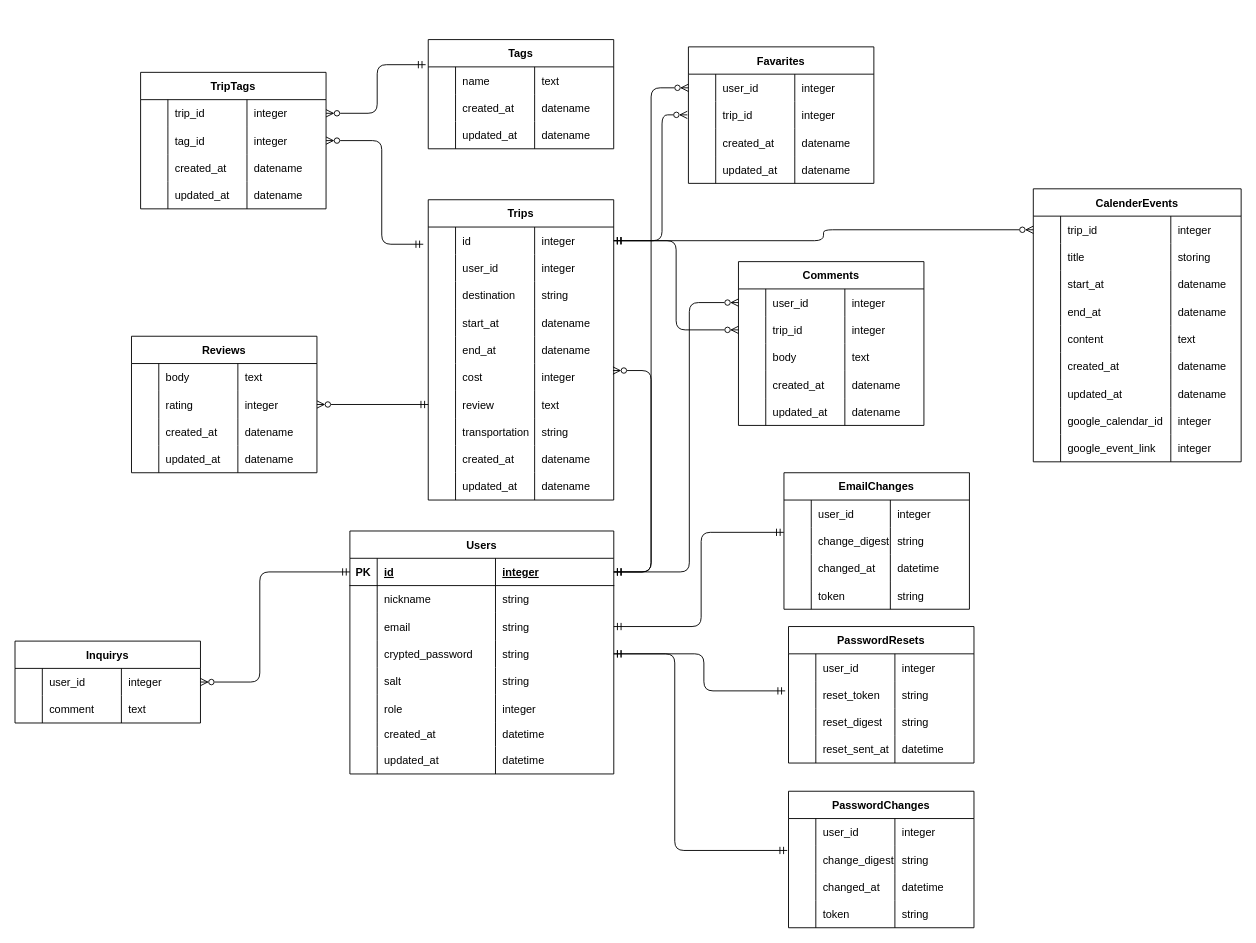
Before: ER.dio in seki221/readme, a draw.io diagram. Source tidied: cells renumbered, new cells numbered last; positions are measured from the earlier drawing's top-left corner, leaving out a move shared by most shapes. Both pictures are drawn from the tidied source at 91%, with x=0, y=0 at pixel (15, 39).
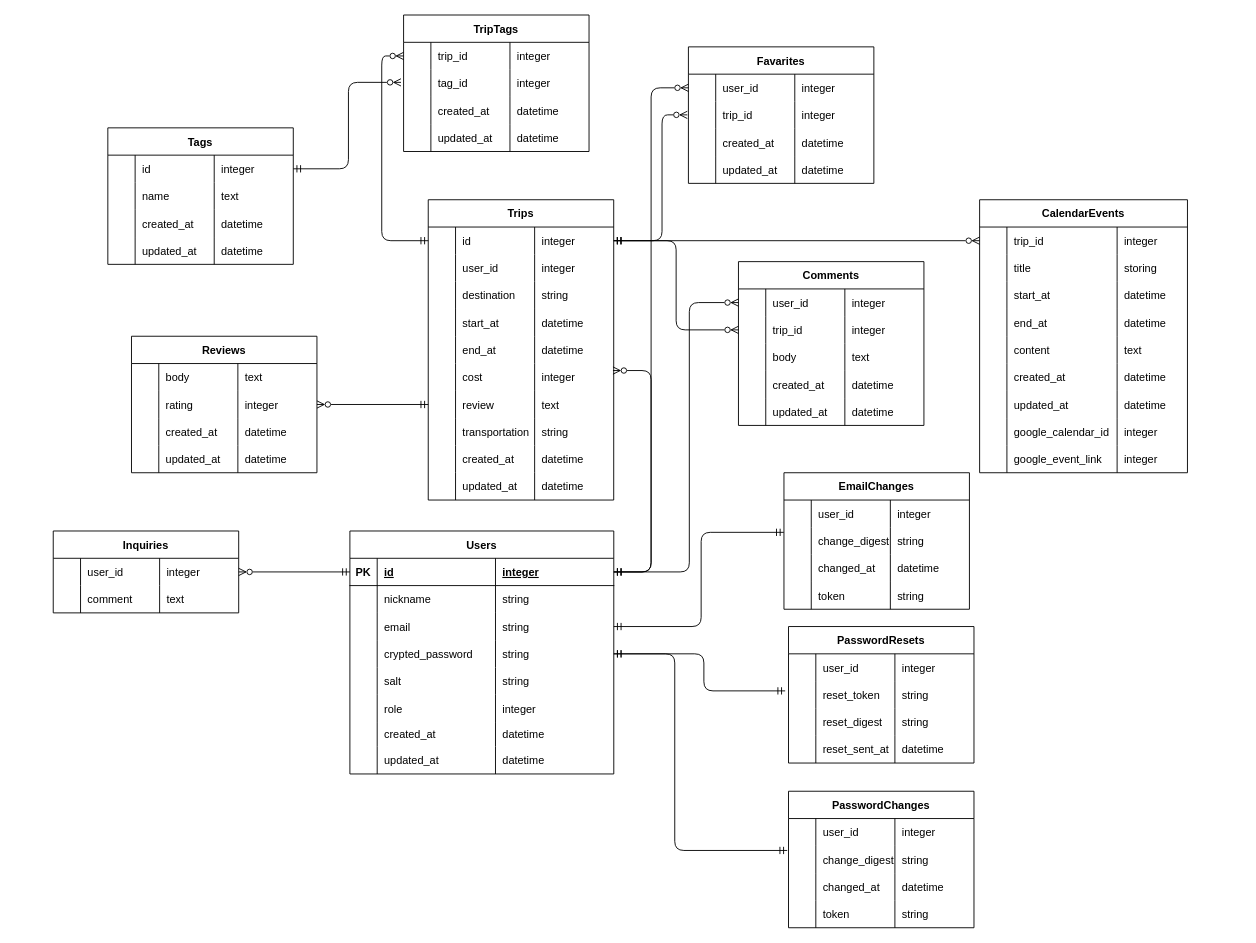
Above is the later version.

Commit message:
スペル等の修正

The change refers to these unchanged cells:
```xml
<mxCell id="3" style="shape=tableRow;horizontal=0;startSize=0;swimlaneHead=0;swimlaneBody=0;fillColor=none;points=[[0,0.5],[1,0.5]];portConstraint=eastwest;top=0;left=0;right=0;bottom=1;" parent="2" vertex="1">
  <mxGeometry y="30" width="290" height="30" as="geometry" />
</mxCell>
<mxCell id="36" style="shape=tableRow;horizontal=0;startSize=0;swimlaneHead=0;swimlaneBody=0;fillColor=none;points=[[0,0.5],[1,0.5]];portConstraint=eastwest;top=0;left=0;right=0;bottom=0;" parent="35" vertex="1">
  <mxGeometry y="30" width="203.8" height="30" as="geometry" />
</mxCell>
<mxCell id="48" style="shape=tableRow;horizontal=0;startSize=0;swimlaneHead=0;swimlaneBody=0;fillColor=none;top=0;left=0;right=0;bottom=0;" parent="35" vertex="1">
  <mxGeometry y="120" width="203.8" height="30" as="geometry" />
</mxCell>
<mxCell id="52" style="shape=tableRow;horizontal=0;startSize=0;swimlaneHead=0;swimlaneBody=0;fillColor=none;top=0;left=0;right=0;bottom=0;" parent="35" vertex="1">
  <mxGeometry y="150" width="203.8" height="30" as="geometry" />
</mxCell>
<mxCell id="68" style="shape=tableRow;horizontal=0;startSize=0;swimlaneHead=0;swimlaneBody=0;fillColor=none;top=0;left=0;right=0;bottom=0;" parent="35" vertex="1">
  <mxGeometry y="270" width="203.8" height="30" as="geometry" />
</mxCell>
<mxCell id="72" style="shape=tableRow;horizontal=0;startSize=0;swimlaneHead=0;swimlaneBody=0;fillColor=none;top=0;left=0;right=0;bottom=0;" parent="35" vertex="1">
  <mxGeometry y="300" width="203.8" height="30" as="geometry" />
</mxCell>
<mxCell id="91" style="shape=tableRow;horizontal=0;startSize=0;swimlaneHead=0;swimlaneBody=0;fillColor=none;points=[[0,0.5],[1,0.5]];portConstraint=eastwest;top=0;left=0;right=0;bottom=0;" parent="90" vertex="1">
  <mxGeometry y="30" width="203.8" height="30" as="geometry" />
</mxCell>
<mxCell id="95" style="shape=tableRow;horizontal=0;startSize=0;swimlaneHead=0;swimlaneBody=0;fillColor=none;points=[[0,0.5],[1,0.5]];portConstraint=eastwest;top=0;left=0;right=0;bottom=0;" parent="90" vertex="1">
  <mxGeometry y="60" width="203.8" height="30" as="geometry" />
</mxCell>
<mxCell id="99" style="shape=tableRow;horizontal=0;startSize=0;swimlaneHead=0;swimlaneBody=0;fillColor=none;top=0;left=0;right=0;bottom=0;" parent="90" vertex="1">
  <mxGeometry y="90" width="203.8" height="30" as="geometry" />
</mxCell>
<mxCell id="103" style="shape=tableRow;horizontal=0;startSize=0;swimlaneHead=0;swimlaneBody=0;fillColor=none;top=0;left=0;right=0;bottom=0;" parent="90" vertex="1">
  <mxGeometry y="120" width="203.8" height="30" as="geometry" />
</mxCell>
<mxCell id="116" style="shape=tableRow;horizontal=0;startSize=0;swimlaneHead=0;swimlaneBody=0;fillColor=none;top=0;left=0;right=0;bottom=0;" parent="107" vertex="1">
  <mxGeometry y="90" width="203.8" height="30" as="geometry" />
</mxCell>
<mxCell id="120" style="shape=tableRow;horizontal=0;startSize=0;swimlaneHead=0;swimlaneBody=0;fillColor=none;top=0;left=0;right=0;bottom=0;" parent="107" vertex="1">
  <mxGeometry y="120" width="203.8" height="30" as="geometry" />
</mxCell>
<mxCell id="125" style="shape=tableRow;horizontal=0;startSize=0;swimlaneHead=0;swimlaneBody=0;fillColor=none;points=[[0,0.5],[1,0.5]];portConstraint=eastwest;top=0;left=0;right=0;bottom=0;" parent="124" vertex="1">
  <mxGeometry y="30" width="203.8" height="30" as="geometry" />
</mxCell>
<mxCell id="146" style="shape=tableRow;horizontal=0;startSize=0;swimlaneHead=0;swimlaneBody=0;fillColor=none;top=0;left=0;right=0;bottom=0;" parent="133" vertex="1">
  <mxGeometry y="120" width="203.8" height="30" as="geometry" />
</mxCell>
<mxCell id="150" style="shape=tableRow;horizontal=0;startSize=0;swimlaneHead=0;swimlaneBody=0;fillColor=none;top=0;left=0;right=0;bottom=0;" parent="133" vertex="1">
  <mxGeometry y="150" width="203.8" height="30" as="geometry" />
</mxCell>
<mxCell id="163" style="shape=tableRow;horizontal=0;startSize=0;swimlaneHead=0;swimlaneBody=0;fillColor=none;top=0;left=0;right=0;bottom=0;" parent="154" vertex="1">
  <mxGeometry y="90" width="203.8" height="30" as="geometry" />
</mxCell>
<mxCell id="167" style="shape=tableRow;horizontal=0;startSize=0;swimlaneHead=0;swimlaneBody=0;fillColor=none;top=0;left=0;right=0;bottom=0;" parent="154" vertex="1">
  <mxGeometry y="120" width="203.8" height="30" as="geometry" />
</mxCell>
<mxCell id="180" style="shape=tableRow;horizontal=0;startSize=0;swimlaneHead=0;swimlaneBody=0;fillColor=none;top=0;left=0;right=0;bottom=0;" parent="171" vertex="1">
  <mxGeometry y="90" width="228.4" height="30" as="geometry" />
</mxCell>
<mxCell id="184" style="shape=tableRow;horizontal=0;startSize=0;swimlaneHead=0;swimlaneBody=0;fillColor=none;top=0;left=0;right=0;bottom=0;" parent="171" vertex="1">
  <mxGeometry y="120" width="228.4" height="30" as="geometry" />
</mxCell>
<mxCell id="192" style="shape=tableRow;horizontal=0;startSize=0;swimlaneHead=0;swimlaneBody=0;fillColor=none;top=0;left=0;right=0;bottom=0;" parent="171" vertex="1">
  <mxGeometry y="180" width="228.4" height="30" as="geometry" />
</mxCell>
<mxCell id="196" style="shape=tableRow;horizontal=0;startSize=0;swimlaneHead=0;swimlaneBody=0;fillColor=none;top=0;left=0;right=0;bottom=0;" parent="171" vertex="1">
  <mxGeometry y="210" width="228.4" height="30" as="geometry" />
</mxCell>
```

What changed in the source:
```diff
@@
-    <mxCell id="51" value="datename" style="shape=partialRectangle;fillColor=none;top=0;left=0;bottom=0;right=0;align=left;spacingLeft=6;overflow=hidden;" parent="48" vertex="1">
+    <mxCell id="51" value="datetime" style="shape=partialRectangle;fillColor=none;top=0;left=0;bottom=0;right=0;align=left;spacingLeft=6;overflow=hidden;" parent="48" vertex="1">
       <mxGeometry x="116.9" width="86.9" height="30" as="geometry" />
     </mxCell>
@@
-    <mxCell id="55" value="datename" style="shape=partialRectangle;fillColor=none;top=0;left=0;bottom=0;right=0;align=left;spacingLeft=6;overflow=hidden;" parent="52" vertex="1">
+    <mxCell id="55" value="datetime" style="shape=partialRectangle;fillColor=none;top=0;left=0;bottom=0;right=0;align=left;spacingLeft=6;overflow=hidden;" parent="52" vertex="1">
       <mxGeometry x="116.9" width="86.9" height="30" as="geometry" />
     </mxCell>
@@
-    <mxCell id="71" value="datename" style="shape=partialRectangle;fillColor=none;top=0;left=0;bottom=0;right=0;align=left;spacingLeft=6;overflow=hidden;" parent="68" vertex="1">
+    <mxCell id="71" value="datetime" style="shape=partialRectangle;fillColor=none;top=0;left=0;bottom=0;right=0;align=left;spacingLeft=6;overflow=hidden;" parent="68" vertex="1">
       <mxGeometry x="116.9" width="86.9" height="30" as="geometry" />
     </mxCell>
@@
-    <mxCell id="75" value="datename" style="shape=partialRectangle;fillColor=none;top=0;left=0;bottom=0;right=0;align=left;spacingLeft=6;overflow=hidden;" parent="72" vertex="1">
+    <mxCell id="75" value="datetime" style="shape=partialRectangle;fillColor=none;top=0;left=0;bottom=0;right=0;align=left;spacingLeft=6;overflow=hidden;" parent="72" vertex="1">
       <mxGeometry x="116.9" width="86.9" height="30" as="geometry" />
     </mxCell>
@@
     <mxCell id="77" value="Tags" style="shape=table;startSize=30;childLayout=tableLayout;rowLines=0;fontStyle=1;align=center;" parent="1" vertex="1">
-      <mxGeometry x="454.1" width="203.8" height="120" as="geometry" />
+      <mxGeometry x="102" y="97" width="203.8" height="150" as="geometry" />
     </mxCell>
+    <mxCell id="271" style="shape=tableRow;horizontal=0;startSize=0;swimlaneHead=0;swimlaneBody=0;fillColor=none;points=[[0,0.5],[1,0.5]];portConstraint=eastwest;top=0;left=0;right=0;bottom=0;" parent="77" vertex="1">
+      <mxGeometry y="30" width="203.8" height="30" as="geometry" />
+    </mxCell>
+    <mxCell id="272" style="shape=partialRectangle;fillColor=none;top=0;left=0;bottom=0;right=0;overflow=hidden;" parent="271" vertex="1">
+      <mxGeometry width="30" height="30" as="geometry" />
+    </mxCell>
+    <mxCell id="273" value="id" style="shape=partialRectangle;fillColor=none;top=0;left=0;bottom=0;right=0;align=left;spacingLeft=6;overflow=hidden;" parent="271" vertex="1">
+      <mxGeometry x="30" width="86.9" height="30" as="geometry" />
+    </mxCell>
+    <mxCell id="274" value="integer" style="shape=partialRectangle;fillColor=none;top=0;left=0;bottom=0;right=0;align=left;spacingLeft=6;overflow=hidden;" parent="271" vertex="1">
+      <mxGeometry x="116.9" width="86.9" height="30" as="geometry" />
+    </mxCell>
     <mxCell id="78" style="shape=tableRow;horizontal=0;startSize=0;swimlaneHead=0;swimlaneBody=0;fillColor=none;points=[[0,0.5],[1,0.5]];portConstraint=eastwest;top=0;left=0;right=0;bottom=0;" parent="77" vertex="1">
-      <mxGeometry y="30" width="203.8" height="30" as="geometry" />
+      <mxGeometry y="60" width="203.8" height="30" as="geometry" />
     </mxCell>
@@
     <mxCell id="82" style="shape=tableRow;horizontal=0;startSize=0;swimlaneHead=0;swimlaneBody=0;fillColor=none;top=0;left=0;right=0;bottom=0;" parent="77" vertex="1">
-      <mxGeometry y="60" width="203.8" height="30" as="geometry" />
+      <mxGeometry y="90" width="203.8" height="30" as="geometry" />
     </mxCell>
@@
-    <mxCell id="85" value="datename" style="shape=partialRectangle;fillColor=none;top=0;left=0;bottom=0;right=0;align=left;spacingLeft=6;overflow=hidden;" parent="82" vertex="1">
+    <mxCell id="85" value="datetime" style="shape=partialRectangle;fillColor=none;top=0;left=0;bottom=0;right=0;align=left;spacingLeft=6;overflow=hidden;" parent="82" vertex="1">
       <mxGeometry x="116.9" width="86.9" height="30" as="geometry" />
     </mxCell>
     <mxCell id="86" style="shape=tableRow;horizontal=0;startSize=0;swimlaneHead=0;swimlaneBody=0;fillColor=none;top=0;left=0;right=0;bottom=0;" parent="77" vertex="1">
-      <mxGeometry y="90" width="203.8" height="30" as="geometry" />
+      <mxGeometry y="120" width="203.8" height="30" as="geometry" />
     </mxCell>
@@
-    <mxCell id="89" value="datename" style="shape=partialRectangle;fillColor=none;top=0;left=0;bottom=0;right=0;align=left;spacingLeft=6;overflow=hidden;" parent="86" vertex="1">
+    <mxCell id="89" value="datetime" style="shape=partialRectangle;fillColor=none;top=0;left=0;bottom=0;right=0;align=left;spacingLeft=6;overflow=hidden;" parent="86" vertex="1">
       <mxGeometry x="116.9" width="86.9" height="30" as="geometry" />
     </mxCell>
     <mxCell id="90" value="TripTags" style="shape=table;startSize=30;childLayout=tableLayout;rowLines=0;fontStyle=1;align=center;" parent="1" vertex="1">
-      <mxGeometry x="138" y="36" width="203.8" height="150" as="geometry" />
+      <mxGeometry x="427" y="-27" width="203.8" height="150" as="geometry" />
     </mxCell>
@@
-    <mxCell id="102" value="datename" style="shape=partialRectangle;fillColor=none;top=0;left=0;bottom=0;right=0;align=left;spacingLeft=6;overflow=hidden;" parent="99" vertex="1">
+    <mxCell id="102" value="datetime" style="shape=partialRectangle;fillColor=none;top=0;left=0;bottom=0;right=0;align=left;spacingLeft=6;overflow=hidden;" parent="99" vertex="1">
       <mxGeometry x="116.9" width="86.9" height="30" as="geometry" />
     </mxCell>
@@
-    <mxCell id="106" value="datename" style="shape=partialRectangle;fillColor=none;top=0;left=0;bottom=0;right=0;align=left;spacingLeft=6;overflow=hidden;" parent="103" vertex="1">
+    <mxCell id="106" value="datetime" style="shape=partialRectangle;fillColor=none;top=0;left=0;bottom=0;right=0;align=left;spacingLeft=6;overflow=hidden;" parent="103" vertex="1">
       <mxGeometry x="116.9" width="86.9" height="30" as="geometry" />
     </mxCell>
@@
-    <mxCell id="119" value="datename" style="shape=partialRectangle;fillColor=none;top=0;left=0;bottom=0;right=0;align=left;spacingLeft=6;overflow=hidden;" parent="116" vertex="1">
+    <mxCell id="119" value="datetime" style="shape=partialRectangle;fillColor=none;top=0;left=0;bottom=0;right=0;align=left;spacingLeft=6;overflow=hidden;" parent="116" vertex="1">
       <mxGeometry x="116.9" width="86.9" height="30" as="geometry" />
     </mxCell>
@@
-    <mxCell id="123" value="datename" style="shape=partialRectangle;fillColor=none;top=0;left=0;bottom=0;right=0;align=left;spacingLeft=6;overflow=hidden;" parent="120" vertex="1">
+    <mxCell id="123" value="datetime" style="shape=partialRectangle;fillColor=none;top=0;left=0;bottom=0;right=0;align=left;spacingLeft=6;overflow=hidden;" parent="120" vertex="1">
       <mxGeometry x="116.9" width="86.9" height="30" as="geometry" />
     </mxCell>
-    <mxCell id="124" value="Inquirys" style="shape=table;startSize=30;childLayout=tableLayout;rowLines=0;fontStyle=1;align=center;" parent="1" vertex="1">
-      <mxGeometry y="661" width="203.8" height="90" as="geometry" />
+    <mxCell id="124" value="Inquiries" style="shape=table;startSize=30;childLayout=tableLayout;rowLines=0;fontStyle=1;align=center;" parent="1" vertex="1">
+      <mxGeometry x="42" y="540" width="203.8" height="90" as="geometry" />
     </mxCell>
@@
-    <mxCell id="149" value="datename" style="shape=partialRectangle;fillColor=none;top=0;left=0;bottom=0;right=0;align=left;spacingLeft=6;overflow=hidden;" parent="146" vertex="1">
+    <mxCell id="149" value="datetime" style="shape=partialRectangle;fillColor=none;top=0;left=0;bottom=0;right=0;align=left;spacingLeft=6;overflow=hidden;" parent="146" vertex="1">
       <mxGeometry x="116.9" width="86.9" height="30" as="geometry" />
     </mxCell>
@@
-    <mxCell id="153" value="datename" style="shape=partialRectangle;fillColor=none;top=0;left=0;bottom=0;right=0;align=left;spacingLeft=6;overflow=hidden;" parent="150" vertex="1">
+    <mxCell id="153" value="datetime" style="shape=partialRectangle;fillColor=none;top=0;left=0;bottom=0;right=0;align=left;spacingLeft=6;overflow=hidden;" parent="150" vertex="1">
       <mxGeometry x="116.9" width="86.9" height="30" as="geometry" />
     </mxCell>
@@
-    <mxCell id="166" value="datename" style="shape=partialRectangle;fillColor=none;top=0;left=0;bottom=0;right=0;align=left;spacingLeft=6;overflow=hidden;" parent="163" vertex="1">
+    <mxCell id="166" value="datetime" style="shape=partialRectangle;fillColor=none;top=0;left=0;bottom=0;right=0;align=left;spacingLeft=6;overflow=hidden;" parent="163" vertex="1">
       <mxGeometry x="116.9" width="86.9" height="30" as="geometry" />
     </mxCell>
@@
-    <mxCell id="170" value="datename" style="shape=partialRectangle;fillColor=none;top=0;left=0;bottom=0;right=0;align=left;spacingLeft=6;overflow=hidden;" parent="167" vertex="1">
+    <mxCell id="170" value="datetime" style="shape=partialRectangle;fillColor=none;top=0;left=0;bottom=0;right=0;align=left;spacingLeft=6;overflow=hidden;" parent="167" vertex="1">
       <mxGeometry x="116.9" width="86.9" height="30" as="geometry" />
     </mxCell>
-    <mxCell id="171" value="CalenderEvents" style="shape=table;startSize=30;childLayout=tableLayout;rowLines=0;fontStyle=1;align=center;" parent="1" vertex="1">
-      <mxGeometry x="1119" y="164" width="228.4" height="300" as="geometry" />
+    <mxCell id="171" value="CalendarEvents" style="shape=table;startSize=30;childLayout=tableLayout;rowLines=0;fontStyle=1;align=center;" parent="1" vertex="1">
+      <mxGeometry x="1060" y="176" width="228.4" height="300" as="geometry" />
     </mxCell>
@@
-    <mxCell id="183" value="datename" style="shape=partialRectangle;fillColor=none;top=0;left=0;bottom=0;right=0;align=left;spacingLeft=6;overflow=hidden;" parent="180" vertex="1">
+    <mxCell id="183" value="datetime" style="shape=partialRectangle;fillColor=none;top=0;left=0;bottom=0;right=0;align=left;spacingLeft=6;overflow=hidden;" parent="180" vertex="1">
       <mxGeometry x="151.1" width="77.3" height="30" as="geometry" />
     </mxCell>
@@
-    <mxCell id="187" value="datename" style="shape=partialRectangle;fillColor=none;top=0;left=0;bottom=0;right=0;align=left;spacingLeft=6;overflow=hidden;" parent="184" vertex="1">
+    <mxCell id="187" value="datetime" style="shape=partialRectangle;fillColor=none;top=0;left=0;bottom=0;right=0;align=left;spacingLeft=6;overflow=hidden;" parent="184" vertex="1">
       <mxGeometry x="151.1" width="77.3" height="30" as="geometry" />
     </mxCell>
@@
-    <mxCell id="195" value="datename" style="shape=partialRectangle;fillColor=none;top=0;left=0;bottom=0;right=0;align=left;spacingLeft=6;overflow=hidden;" parent="192" vertex="1">
+    <mxCell id="195" value="datetime" style="shape=partialRectangle;fillColor=none;top=0;left=0;bottom=0;right=0;align=left;spacingLeft=6;overflow=hidden;" parent="192" vertex="1">
       <mxGeometry x="151.1" width="77.3" height="30" as="geometry" />
     </mxCell>
@@
-    <mxCell id="199" value="datename" style="shape=partialRectangle;fillColor=none;top=0;left=0;bottom=0;right=0;align=left;spacingLeft=6;overflow=hidden;" parent="196" vertex="1">
+    <mxCell id="199" value="datetime" style="shape=partialRectangle;fillColor=none;top=0;left=0;bottom=0;right=0;align=left;spacingLeft=6;overflow=hidden;" parent="196" vertex="1">
       <mxGeometry x="151.1" width="77.3" height="30" as="geometry" />
     </mxCell>
@@
-    <mxCell id="261" style="fontSize=12;html=1;endArrow=ERzeroToMany;startArrow=ERmandOne;endFill=0;exitX=-0.014;exitY=-0.081;exitDx=0;exitDy=0;exitPerimeter=0;edgeStyle=orthogonalEdgeStyle;" parent="1" edge="1" source="78" target="91">
+    <mxCell id="261" style="fontSize=12;html=1;endArrow=ERzeroToMany;startArrow=ERmandOne;endFill=0;edgeStyle=orthogonalEdgeStyle;entryX=-0.014;entryY=0.467;entryDx=0;entryDy=0;entryPerimeter=0;" parent="1" edge="1" source="271" target="95">
       <mxGeometry relative="1" as="geometry" />
     </mxCell>
-    <mxCell id="262" style="fontSize=12;html=1;endArrow=ERzeroToMany;startArrow=ERmandOne;endFill=0;edgeStyle=elbowEdgeStyle;exitX=-0.027;exitY=0.63;exitDx=0;exitDy=0;exitPerimeter=0;" parent="1" edge="1" source="36" target="95">
+    <mxCell id="262" style="fontSize=12;html=1;endArrow=ERzeroToMany;startArrow=ERmandOne;endFill=0;edgeStyle=elbowEdgeStyle;" parent="1" edge="1" source="36" target="91">
       <mxGeometry relative="1" as="geometry">
         <Array as="points">
           <mxPoint x="403" y="187" />
         </Array>
       </mxGeometry>
     </mxCell>
@@
-    <mxCell id="267" style="fontSize=12;html=1;endArrow=ERzeroToMany;startArrow=ERmandOne;endFill=0;edgeStyle=elbowEdgeStyle;" parent="1" edge="1" source="3" target="125">
-      <mxGeometry relative="1" as="geometry">
-        <Array as="points">
-          <mxPoint x="269" y="643" />
-        </Array>
-      </mxGeometry>
+    <mxCell id="267" style="fontSize=12;html=1;endArrow=ERzeroToMany;startArrow=ERmandOne;endFill=0;edgeStyle=orthogonalEdgeStyle;" parent="1" edge="1" source="3" target="125">
+      <mxGeometry relative="1" as="geometry" />
     </mxCell>
```
